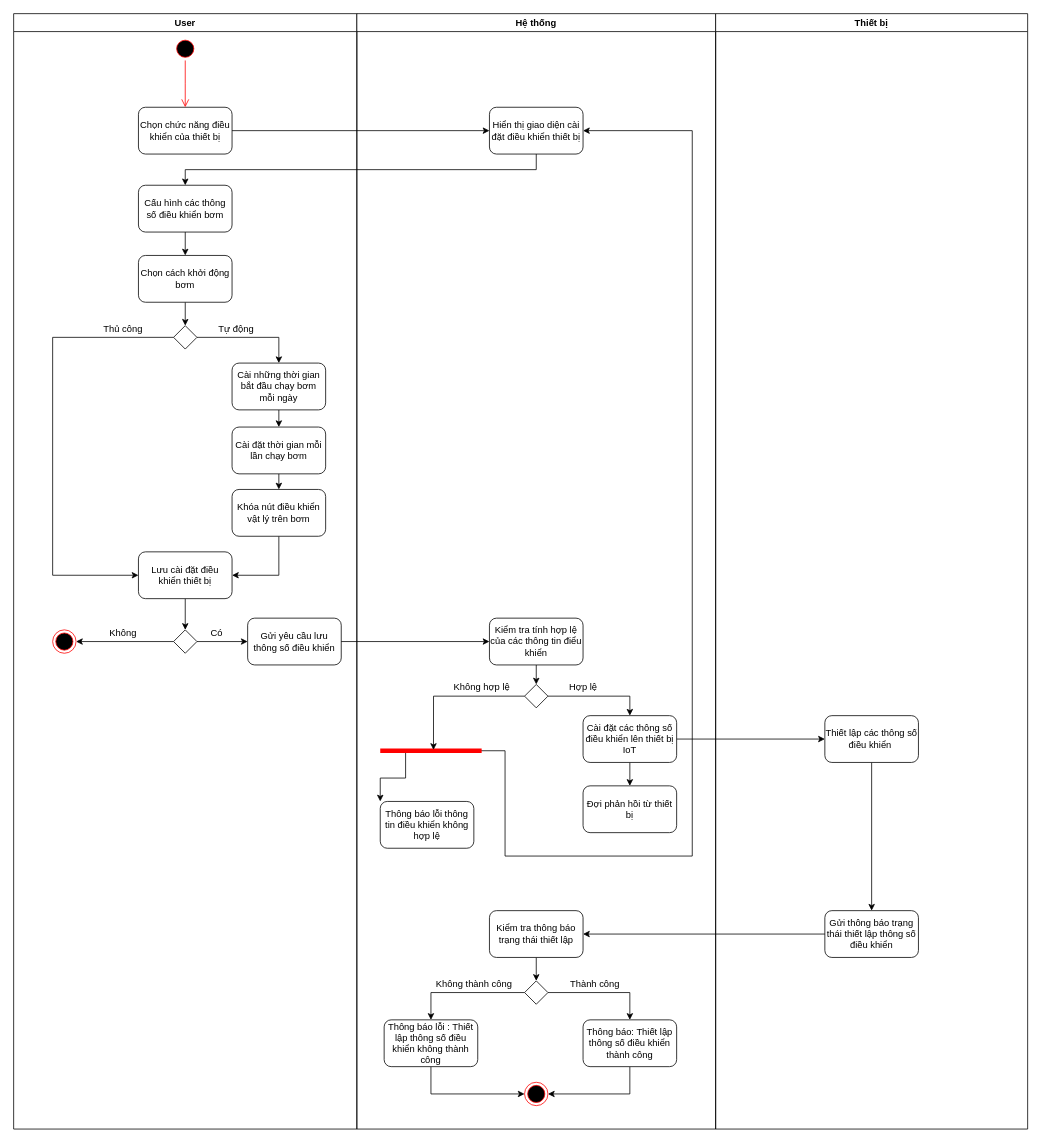
Earlier version of the draw.io diagram Activity diagram/device_control.drawio (cuongceg/BTL-IT3120). Source tidied: cells renumbered, new cells numbered last; positions are measured from the earlier drawing's top-left corner, leaving out a move shared by most shapes. Both pictures are drawn from the tidied source at 78%, with x=0, y=0 at pixel (13, 13).
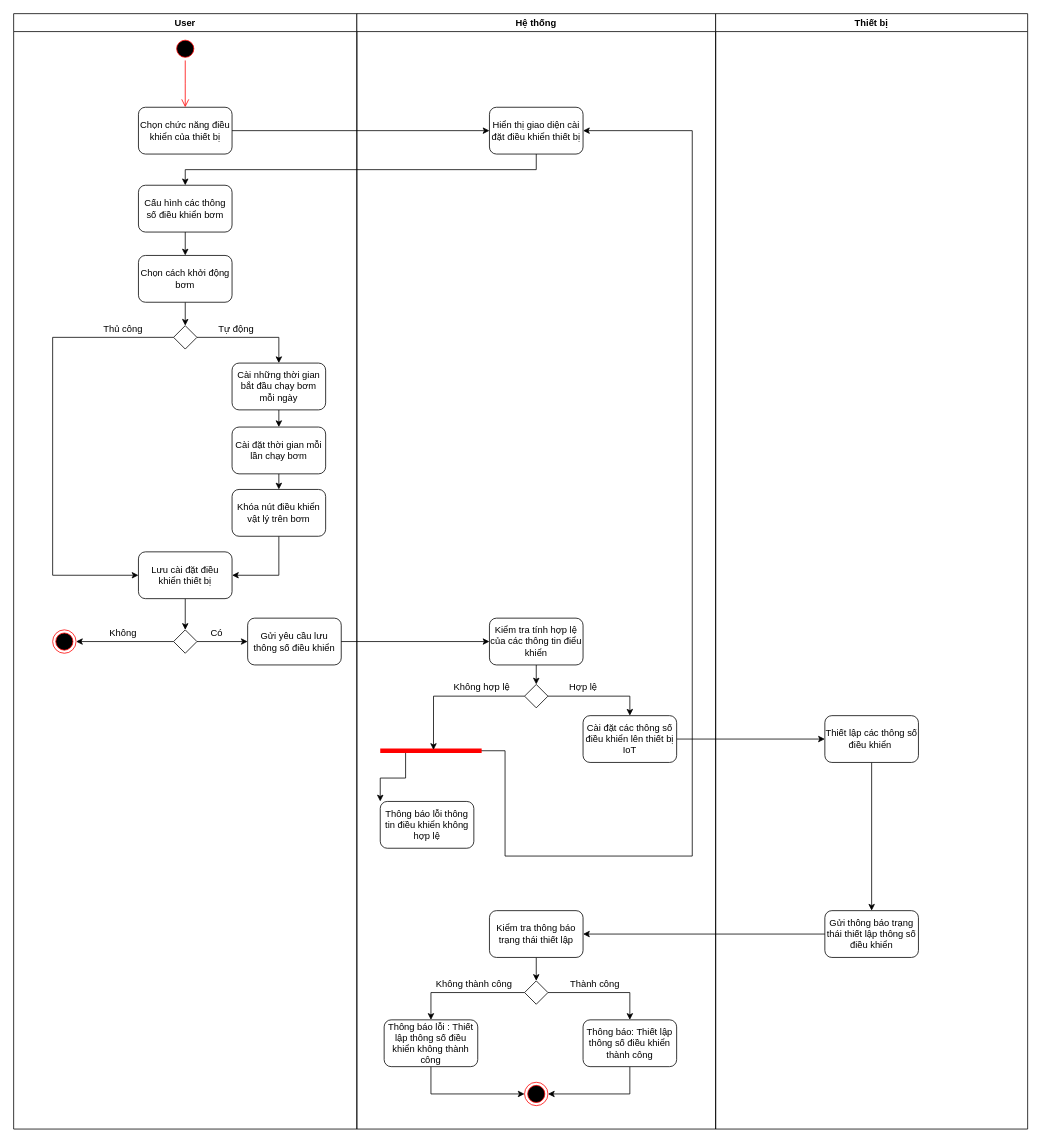
After the change.

Commit message:
fix: remove unused  activity

Unchanged cells that the change refers to:
```xml
<mxCell id="30" value="Hệ thống" style="swimlane;whiteSpace=wrap;html=1;" parent="1" vertex="1">
  <mxGeometry x="440" width="460" height="1430" as="geometry" />
</mxCell>
<mxCell id="39" value="Cài đặt các thông số điều khiển lên thiết bị IoT" style="rounded=1;whiteSpace=wrap;html=1;" parent="30" vertex="1">
  <mxGeometry x="290" y="900" width="120" height="60" as="geometry" />
</mxCell>
```

What changed in the source:
```diff
@@
-    <mxCell id="38" style="edgeStyle=orthogonalEdgeStyle;rounded=0;jettySize=auto;html=1;exitX=0.5;exitY=1;exitDx=0;exitDy=0;entryX=0.5;entryY=0;entryDx=0;entryDy=0;" parent="30" edge="1" source="39" target="55">
-      <mxGeometry relative="1" as="geometry" />
-    </mxCell>
@@
-    <mxCell id="55" value="Đợi phản hồi từ thiết bị" style="rounded=1;whiteSpace=wrap;html=1;" parent="30" vertex="1">
-      <mxGeometry x="290" y="990" width="120" height="60" as="geometry" />
-    </mxCell>
```
